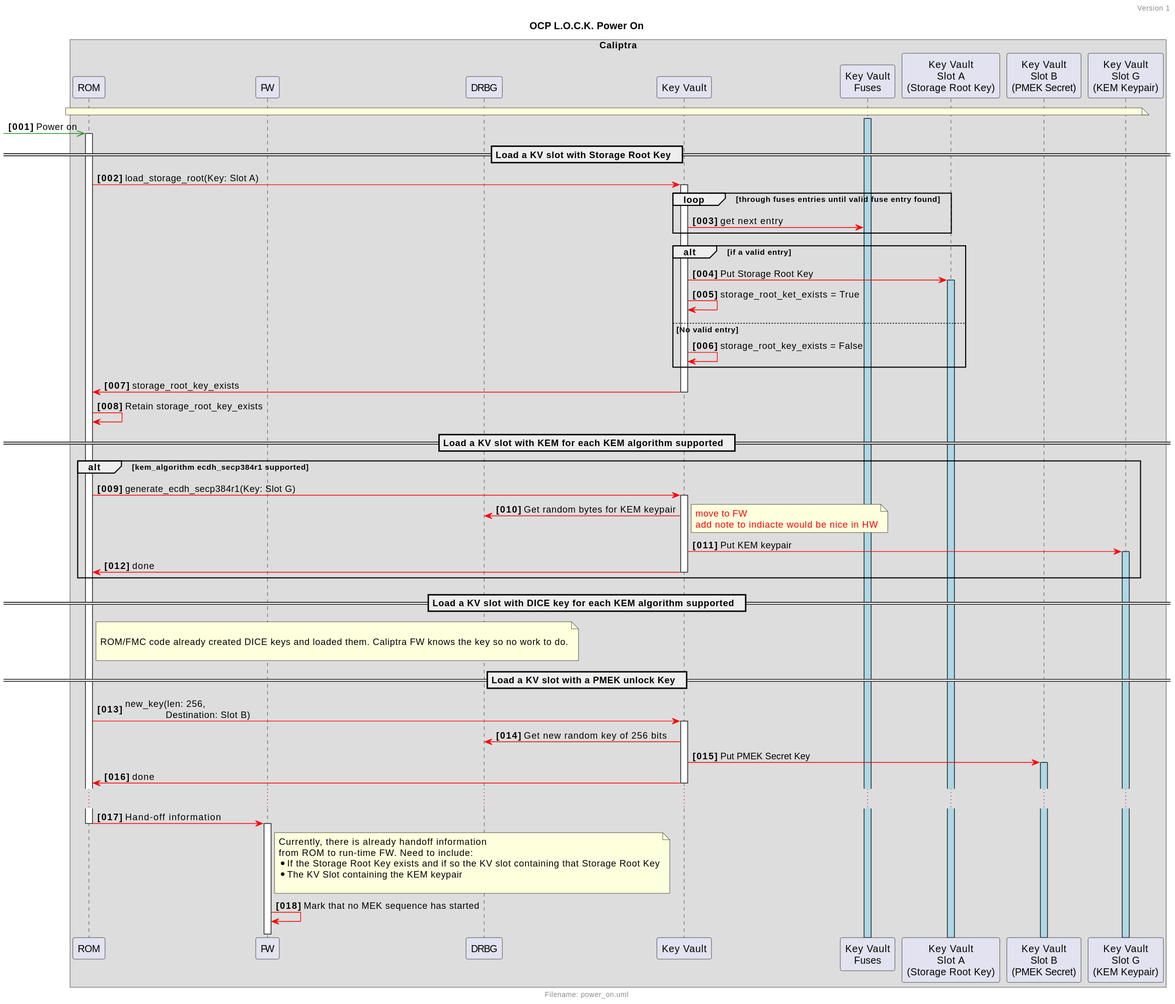
The PlantUML diagram doc/ocp_lock/diagrams/power_on.svg in chipsalliance/Caliptra, before a commit.
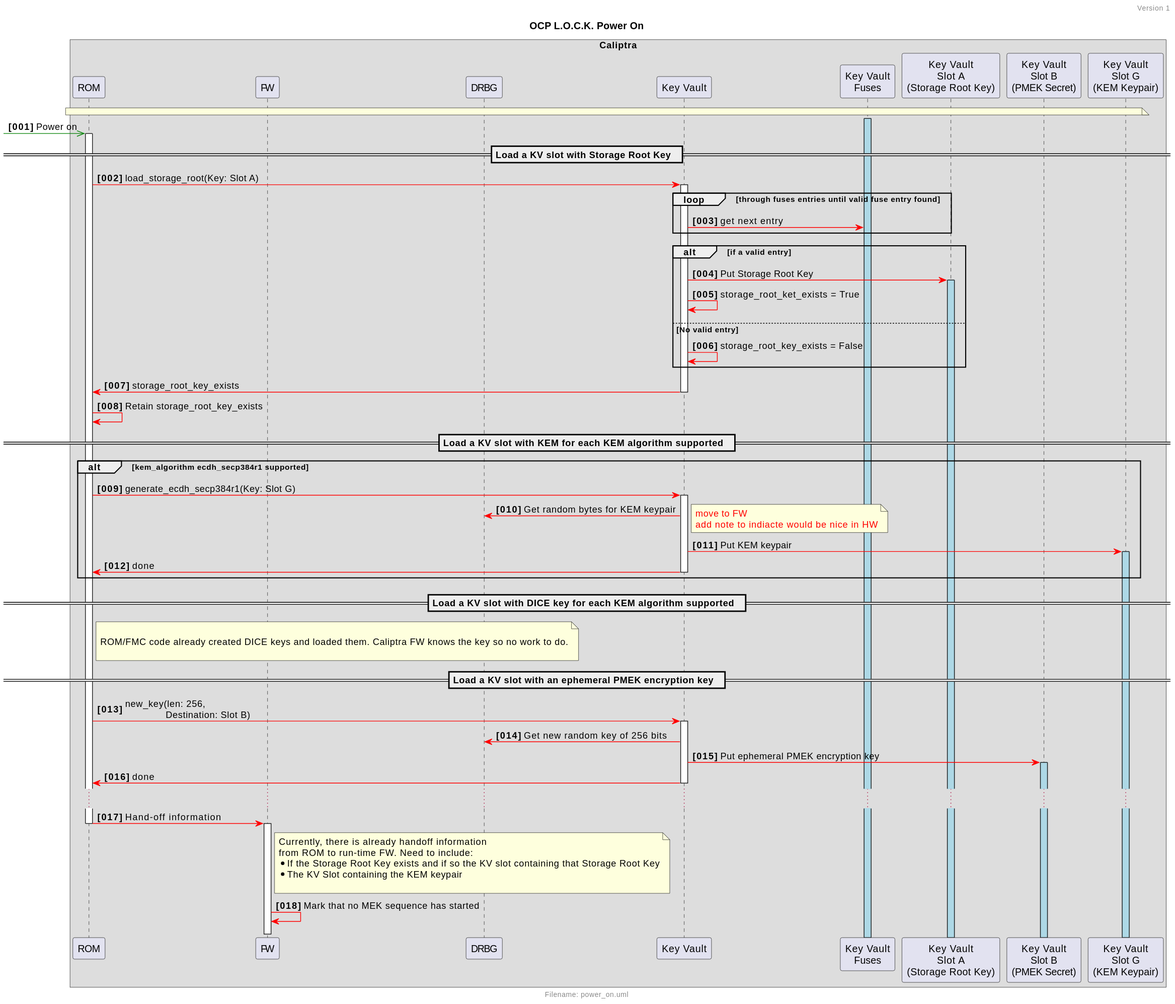
After the change.

What changed in the source:
```diff
@@ -67,11 +67,11 @@
 
 end note
 
-== Load a KV slot with a PMEK unlock Key  ==
+== Load a KV slot with an ephemeral PMEK encryption key  ==
 
 crom $sync kv++: new_key(len: 256,\n              Destination: Slot B)
 kv $sync rand: Get new random key of 256 bits
-kv $sync pmeks: Put PMEK Secret Key
+kv $sync pmeks: Put ephemeral PMEK encryption key
 pmeks++ $BUFFER_ACTIVATION
 !if ($show_done)
     kv $sync crom-- : done
```
